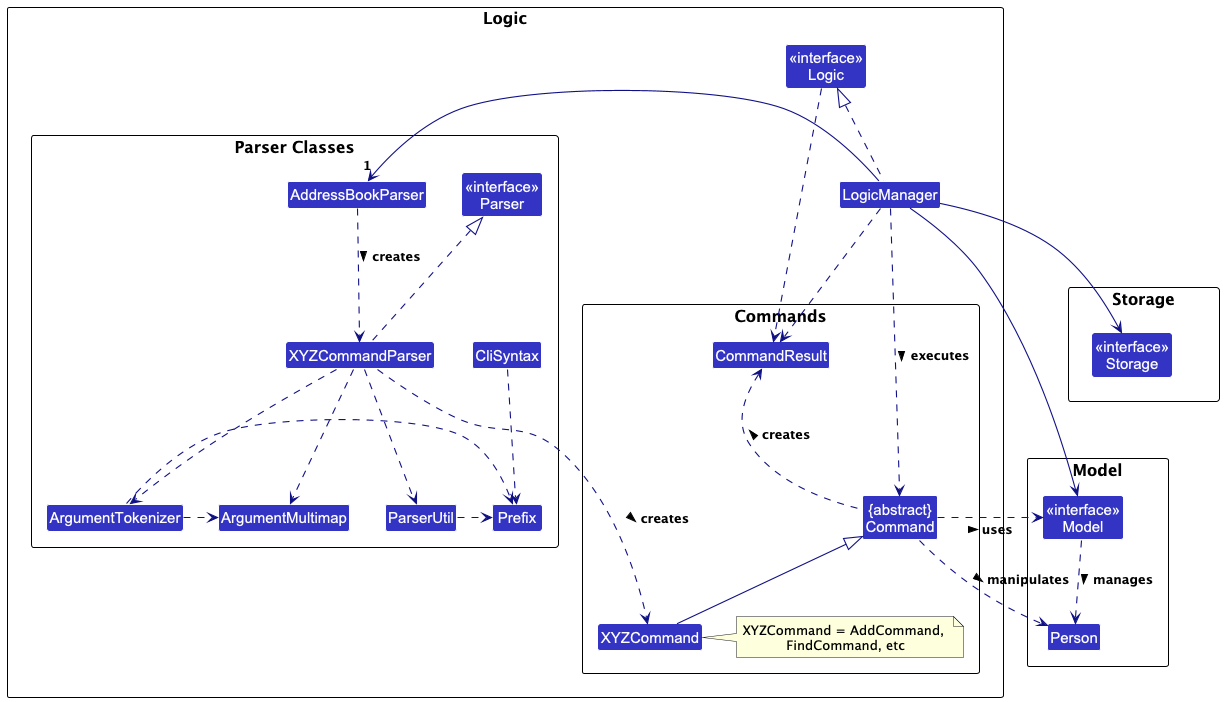
nus-cs2103-AY2425S1/tp keeps this PlantUML diagram as docs/images/FullerLogicClassDiagram.png. Above is the earlier version.
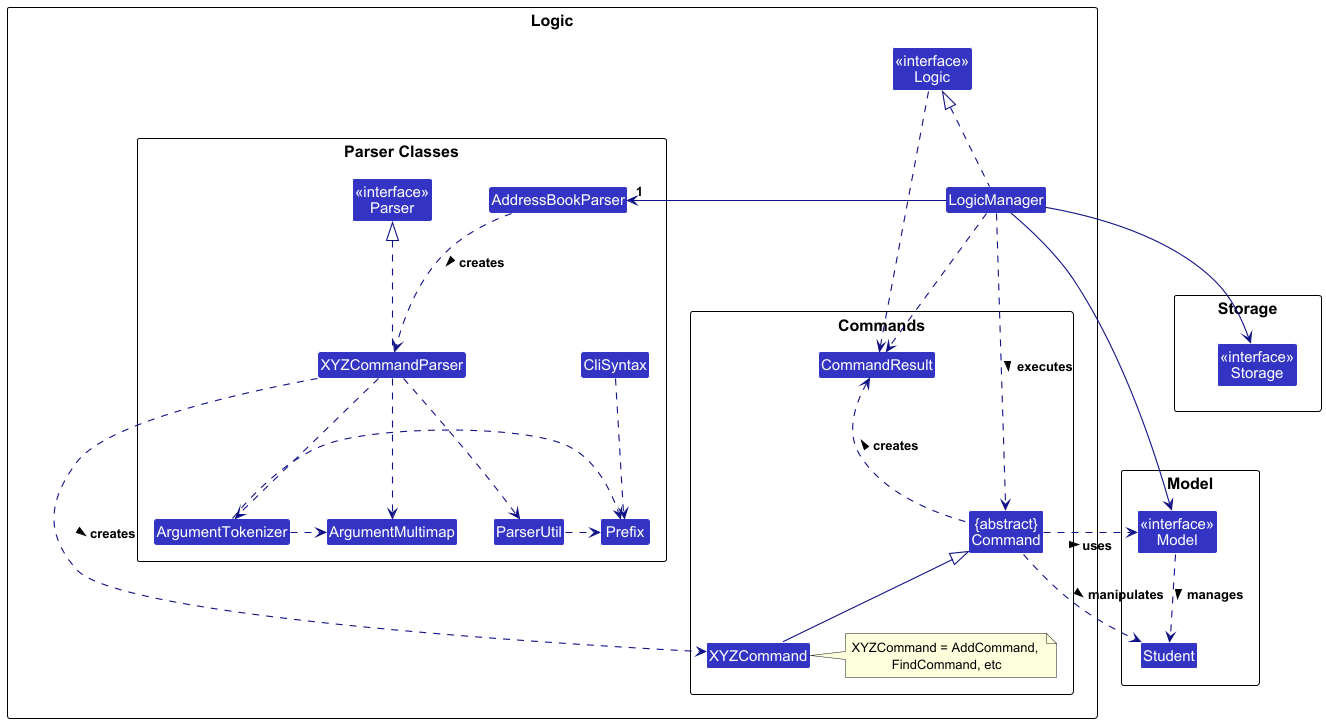
Later version of the same file.

What changed in the source:
```diff
@@ -29,7 +29,7 @@
 
 package Model {
     Class "<<interface>>\nModel" as ModelClass
-    Class Person
+    Class Student
 }
 
 package Storage {
@@ -59,8 +59,8 @@
 ArgumentTokenizer .> Prefix
 
 LogicClass ..> CommandResult
-Command ..> Person : manipulates >
-ModelClass ..> Person : manages >
+Command ..> Student : manipulates >
+ModelClass ..> Student : manages >
 
 Storage -[hidden]- ModelClass
 @enduml
```
